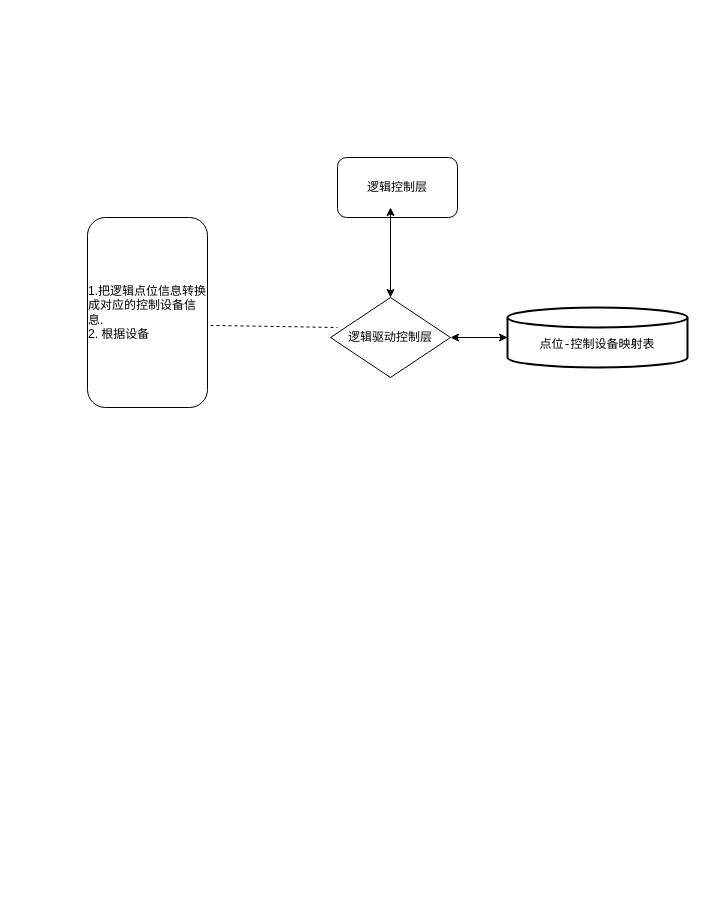
Before: page "Page-1" (1 of 2) of gfyt-iot.drawio in ljlx/gfyt-iot, a draw.io diagram. Source tidied: cells renumbered, new cells numbered last; positions are measured from the earlier drawing's top-left corner, leaving out a move shared by most shapes. Both pictures are drawn from the tidied source at 100%, with x=0, y=0 at pixel (87, 157).
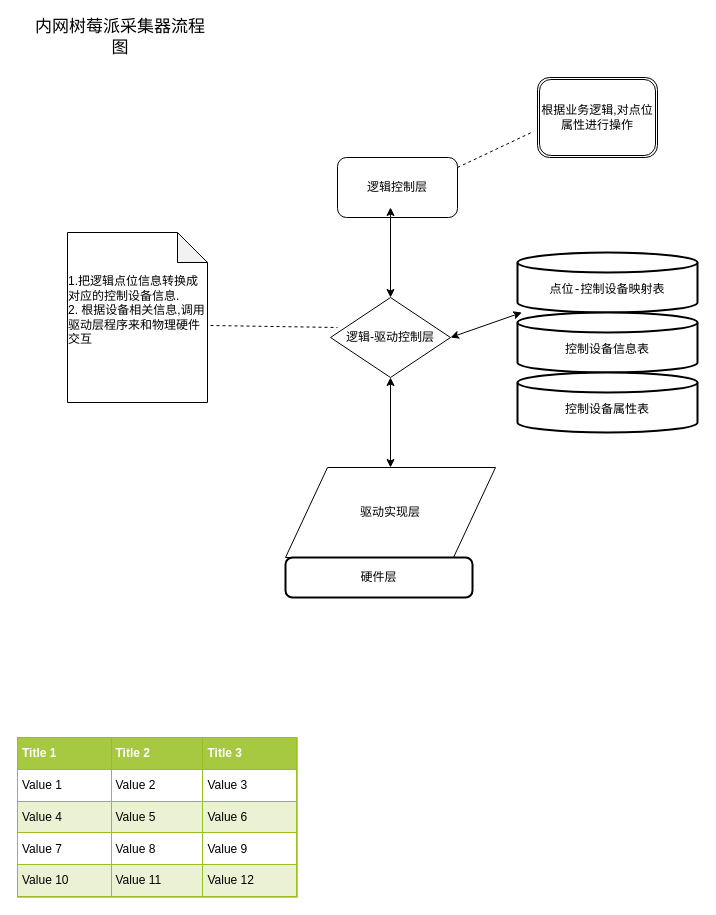
After the change.

What changed in the source:
```diff
@@
-    <mxCell id="4" value="逻辑驱动控制层&lt;span id=&quot;transmark&quot; style=&quot;display: none ; width: 0px ; height: 0px&quot;&gt;&lt;/span&gt;" style="rhombus;whiteSpace=wrap;html=1;" parent="1" vertex="1">
+    <mxCell id="4" value="逻辑-驱动控制层&lt;span id=&quot;transmark&quot; style=&quot;display: none ; width: 0px ; height: 0px&quot;&gt;&lt;/span&gt;&lt;span id=&quot;transmark&quot; style=&quot;display: none ; width: 0px ; height: 0px&quot;&gt;&lt;/span&gt;" style="rhombus;whiteSpace=wrap;html=1;" parent="1" vertex="1">
       <mxGeometry x="243" y="140" width="120" height="80" as="geometry" />
     </mxCell>
@@
     <mxCell id="6" value="&lt;br&gt;&lt;pre&gt;&lt;span&gt;点位&lt;/span&gt;&lt;span&gt;-&lt;/span&gt;&lt;span&gt;控制设备映射表&lt;/span&gt;&lt;/pre&gt;&lt;span id=&quot;transmark&quot; style=&quot;display: none ; width: 0px ; height: 0px&quot;&gt;&lt;/span&gt;" style="strokeWidth=2;html=1;shape=mxgraph.flowchart.database;whiteSpace=wrap;" parent="1" vertex="1">
-      <mxGeometry x="420" y="150" width="180" height="60" as="geometry" />
+      <mxGeometry x="430" y="95" width="180" height="60" as="geometry" />
     </mxCell>
-    <mxCell id="7" value="&lt;div align=&quot;left&quot;&gt;1.把逻辑点位信息转换成对应的控制设备信息.&lt;/div&gt;&lt;div align=&quot;left&quot;&gt;2. 根据设备&lt;span id=&quot;transmark&quot; style=&quot;display: none ; width: 0px ; height: 0px&quot;&gt;&lt;/span&gt;&lt;br&gt;&lt;span id=&quot;transmark&quot; style=&quot;display: none ; width: 0px ; height: 0px&quot;&gt;&lt;/span&gt;&lt;/div&gt;&lt;span id=&quot;transmark&quot; style=&quot;display: none ; width: 0px ; height: 0px&quot;&gt;&lt;/span&gt;&lt;span id=&quot;transmark&quot; style=&quot;display: none ; width: 0px ; height: 0px&quot;&gt;&lt;/span&gt;" style="rounded=1;whiteSpace=wrap;html=1;" parent="1" vertex="1">
-      <mxGeometry y="60" width="120" height="190" as="geometry" />
-    </mxCell>
-    <mxCell id="8" style="endArrow=none;dashed=1;html=1;exitX=1.025;exitY=0.568;exitDx=0;exitDy=0;exitPerimeter=0;" parent="1" edge="1" source="7">
+    <mxCell id="8" style="endArrow=none;dashed=1;html=1;exitX=1.025;exitY=0.568;exitDx=0;exitDy=0;exitPerimeter=0;" parent="1" edge="1">
       <mxGeometry relative="1" as="geometry">
+        <mxPoint x="123" y="168" as="sourcePoint" />
         <mxPoint x="250" y="170" as="targetPoint" />
         <Array as="points">
           <mxPoint x="250" y="170" />
         </Array>
       </mxGeometry>
     </mxCell>
+    <mxCell id="9" value="驱动实现层" style="shape=parallelogram;perimeter=parallelogramPerimeter;whiteSpace=wrap;html=1;" parent="1" vertex="1">
+      <mxGeometry x="198" y="310" width="210" height="90" as="geometry" />
+    </mxCell>
+    <mxCell id="10" style="endArrow=classic;startArrow=classic;html=1;entryX=0.5;entryY=1;entryDx=0;entryDy=0;" parent="1" edge="1" source="9" target="4">
+      <mxGeometry relative="1" as="geometry" />
+    </mxCell>
+    <mxCell id="11" value="&lt;br&gt;&lt;pre&gt;&lt;span&gt;&lt;span id=&quot;transmark&quot; style=&quot;display: none ; width: 0px ; height: 0px&quot;&gt;&lt;/span&gt;控制&lt;span id=&quot;transmark&quot; style=&quot;display: none ; width: 0px ; height: 0px&quot;&gt;&lt;/span&gt;&lt;span id=&quot;transmark&quot; style=&quot;display: none ; width: 0px ; height: 0px&quot;&gt;&lt;/span&gt;设&lt;span id=&quot;transmark&quot; style=&quot;display: none ; width: 0px ; height: 0px&quot;&gt;&lt;/span&gt;备信息表&lt;span id=&quot;transmark&quot; style=&quot;display: none ; width: 0px ; height: 0px&quot;&gt;&lt;/span&gt;&lt;span id=&quot;transmark&quot; style=&quot;display: none ; width: 0px ; height: 0px&quot;&gt;&lt;/span&gt;&lt;/span&gt;&lt;/pre&gt;&lt;span id=&quot;transmark&quot; style=&quot;display: none ; width: 0px ; height: 0px&quot;&gt;&lt;/span&gt;&lt;span id=&quot;transmark&quot; style=&quot;display: none ; width: 0px ; height: 0px&quot;&gt;&lt;/span&gt;" style="strokeWidth=2;html=1;shape=mxgraph.flowchart.database;whiteSpace=wrap;" parent="1" vertex="1">
+      <mxGeometry x="430" y="155" width="180" height="60" as="geometry" />
+    </mxCell>
+    <mxCell id="12" value="&lt;br&gt;&lt;pre&gt;&lt;span&gt;&lt;span id=&quot;transmark&quot; style=&quot;display: none ; width: 0px ; height: 0px&quot;&gt;&lt;/span&gt;控制&lt;span id=&quot;transmark&quot; style=&quot;display: none ; width: 0px ; height: 0px&quot;&gt;&lt;/span&gt;&lt;span id=&quot;transmark&quot; style=&quot;display: none ; width: 0px ; height: 0px&quot;&gt;&lt;/span&gt;设&lt;span id=&quot;transmark&quot; style=&quot;display: none ; width: 0px ; height: 0px&quot;&gt;&lt;/span&gt;备属性表&lt;span id=&quot;transmark&quot; style=&quot;display: none ; width: 0px ; height: 0px&quot;&gt;&lt;/span&gt;&lt;span id=&quot;transmark&quot; style=&quot;display: none ; width: 0px ; height: 0px&quot;&gt;&lt;/span&gt;&lt;/span&gt;&lt;/pre&gt;&lt;span id=&quot;transmark&quot; style=&quot;display: none ; width: 0px ; height: 0px&quot;&gt;&lt;/span&gt;&lt;span id=&quot;transmark&quot; style=&quot;display: none ; width: 0px ; height: 0px&quot;&gt;&lt;/span&gt;&lt;span id=&quot;transmark&quot; style=&quot;display: none ; width: 0px ; height: 0px&quot;&gt;&lt;/span&gt;" style="strokeWidth=2;html=1;shape=mxgraph.flowchart.database;whiteSpace=wrap;" parent="1" vertex="1">
+      <mxGeometry x="430" y="215" width="180" height="60" as="geometry" />
+    </mxCell>
+    <mxCell id="13" value="根据业务逻辑,对点位属性进行操作" style="shape=ext;double=1;rounded=1;whiteSpace=wrap;html=1;" parent="1" vertex="1">
+      <mxGeometry x="450" y="-80" width="120" height="80" as="geometry" />
+    </mxCell>
+    <mxCell id="14" style="endArrow=none;dashed=1;html=1;entryX=-0.033;entryY=0.675;entryDx=0;entryDy=0;entryPerimeter=0;" parent="1" edge="1" target="13">
+      <mxGeometry relative="1" as="geometry">
+        <mxPoint x="370" y="10" as="sourcePoint" />
+      </mxGeometry>
+    </mxCell>
+    <mxCell id="15" value="&lt;div align=&quot;left&quot;&gt;1.把逻辑点位信息转换成对应的控制设备信息.&lt;/div&gt;&lt;div align=&quot;left&quot;&gt;2. 根据设备相关信息,调用驱动层程序来和物理硬件交互&lt;/div&gt;&lt;div align=&quot;left&quot;&gt;&lt;br&gt;&lt;/div&gt;" style="shape=note;whiteSpace=wrap;html=1;backgroundOutline=1;darkOpacity=0.05;" parent="1" vertex="1">
+      <mxGeometry x="-20" y="75" width="140" height="170" as="geometry" />
+    </mxCell>
+    <mxCell id="16" value="硬件层" style="rounded=1;whiteSpace=wrap;html=1;absoluteArcSize=1;arcSize=14;strokeWidth=2;" parent="1" vertex="1">
+      <mxGeometry x="198" y="400" width="187" height="40" as="geometry" />
+    </mxCell>
+    <mxCell id="17" value="&lt;br&gt;&lt;span id=&quot;transmark&quot; style=&quot;display: none ; width: 0px ; height: 0px&quot;&gt;&lt;/span&gt;" style="text;html=1;align=left;verticalAlign=top;spacingTop=-4;" parent="1" vertex="1">
+      <mxGeometry x="-54" y="-126" width="20" height="20" as="geometry" />
+    </mxCell>
+    <mxCell id="18" value="&lt;font style=&quot;font-size: 17px&quot;&gt;内网树莓派采集器流程图&lt;span id=&quot;transmark&quot; style=&quot;display: none ; width: 0px ; height: 0px&quot;&gt;&lt;/span&gt;&lt;span id=&quot;transmark&quot; style=&quot;display: none ; width: 0px ; height: 0px&quot;&gt;&lt;/span&gt;&lt;span id=&quot;transmark&quot; style=&quot;display: none ; width: 0px ; height: 0px&quot;&gt;&lt;/span&gt;&lt;span id=&quot;transmark&quot; style=&quot;display: none ; width: 0px ; height: 0px&quot;&gt;&lt;/span&gt;&lt;span id=&quot;transmark&quot; style=&quot;display: none ; width: 0px ; height: 0px&quot;&gt;&lt;/span&gt;&lt;span id=&quot;transmark&quot; style=&quot;display: none ; width: 0px ; height: 0px&quot;&gt;&lt;/span&gt;&lt;span id=&quot;transmark&quot; style=&quot;display: none ; width: 0px ; height: 0px&quot;&gt;&lt;/span&gt;&lt;span id=&quot;transmark&quot; style=&quot;display: none ; width: 0px ; height: 0px&quot;&gt;&lt;/span&gt;&lt;span id=&quot;transmark&quot; style=&quot;display: none ; width: 0px ; height: 0px&quot;&gt;&lt;/span&gt;&lt;span id=&quot;transmark&quot; style=&quot;display: none ; width: 0px ; height: 0px&quot;&gt;&lt;/span&gt;&lt;span id=&quot;transmark&quot; style=&quot;display: none ; width: 0px ; height: 0px&quot;&gt;&lt;/span&gt;&lt;span id=&quot;transmark&quot; style=&quot;display: none ; width: 0px ; height: 0px&quot;&gt;&lt;/span&gt;&lt;/font&gt;&lt;span id=&quot;transmark&quot; style=&quot;display: none ; width: 0px ; height: 0px&quot;&gt;&lt;/span&gt;&lt;span id=&quot;transmark&quot; style=&quot;display: none ; width: 0px ; height: 0px&quot;&gt;&lt;/span&gt;&lt;span id=&quot;transmark&quot; style=&quot;display: none ; width: 0px ; height: 0px&quot;&gt;&lt;/span&gt;&lt;span id=&quot;transmark&quot; style=&quot;display: none ; width: 0px ; height: 0px&quot;&gt;&lt;/span&gt;&lt;span id=&quot;transmark&quot; style=&quot;display: none ; width: 0px ; height: 0px&quot;&gt;&lt;/span&gt;" style="text;html=1;strokeColor=none;fillColor=none;align=center;verticalAlign=middle;whiteSpace=wrap;rounded=0;" parent="1" vertex="1">
+      <mxGeometry x="-54" y="-140" width="174" height="40" as="geometry" />
+    </mxCell>
+    <mxCell id="19" value="&lt;table border=&quot;1&quot; width=&quot;100%&quot; height=&quot;100%&quot; cellpadding=&quot;4&quot; style=&quot;width:100%;height:100%;border-collapse:collapse;&quot;&gt;&lt;tr style=&quot;background-color:#A7C942;color:#ffffff;border:1px solid #98bf21;&quot;&gt;&lt;th align=&quot;left&quot;&gt;Title 1&lt;/th&gt;&lt;th align=&quot;left&quot;&gt;Title 2&lt;/th&gt;&lt;th align=&quot;left&quot;&gt;Title 3&lt;/th&gt;&lt;/tr&gt;&lt;tr style=&quot;border:1px solid #98bf21;&quot;&gt;&lt;td&gt;Value 1&lt;/td&gt;&lt;td&gt;Value 2&lt;/td&gt;&lt;td&gt;Value 3&lt;/td&gt;&lt;/tr&gt;&lt;tr style=&quot;background-color:#EAF2D3;border:1px solid #98bf21;&quot;&gt;&lt;td&gt;Value 4&lt;/td&gt;&lt;td&gt;Value 5&lt;/td&gt;&lt;td&gt;Value 6&lt;/td&gt;&lt;/tr&gt;&lt;tr style=&quot;border:1px solid #98bf21;&quot;&gt;&lt;td&gt;Value 7&lt;/td&gt;&lt;td&gt;Value 8&lt;/td&gt;&lt;td&gt;Value 9&lt;/td&gt;&lt;/tr&gt;&lt;tr style=&quot;background-color:#EAF2D3;border:1px solid #98bf21;&quot;&gt;&lt;td&gt;Value 10&lt;/td&gt;&lt;td&gt;Value 11&lt;/td&gt;&lt;td&gt;Value 12&lt;/td&gt;&lt;/tr&gt;&lt;/table&gt;" style="text;html=1;strokeColor=#c0c0c0;fillColor=#ffffff;overflow=fill;rounded=0;" parent="1" vertex="1">
+      <mxGeometry x="-70" y="580" width="280" height="160" as="geometry" />
+    </mxCell>
```
